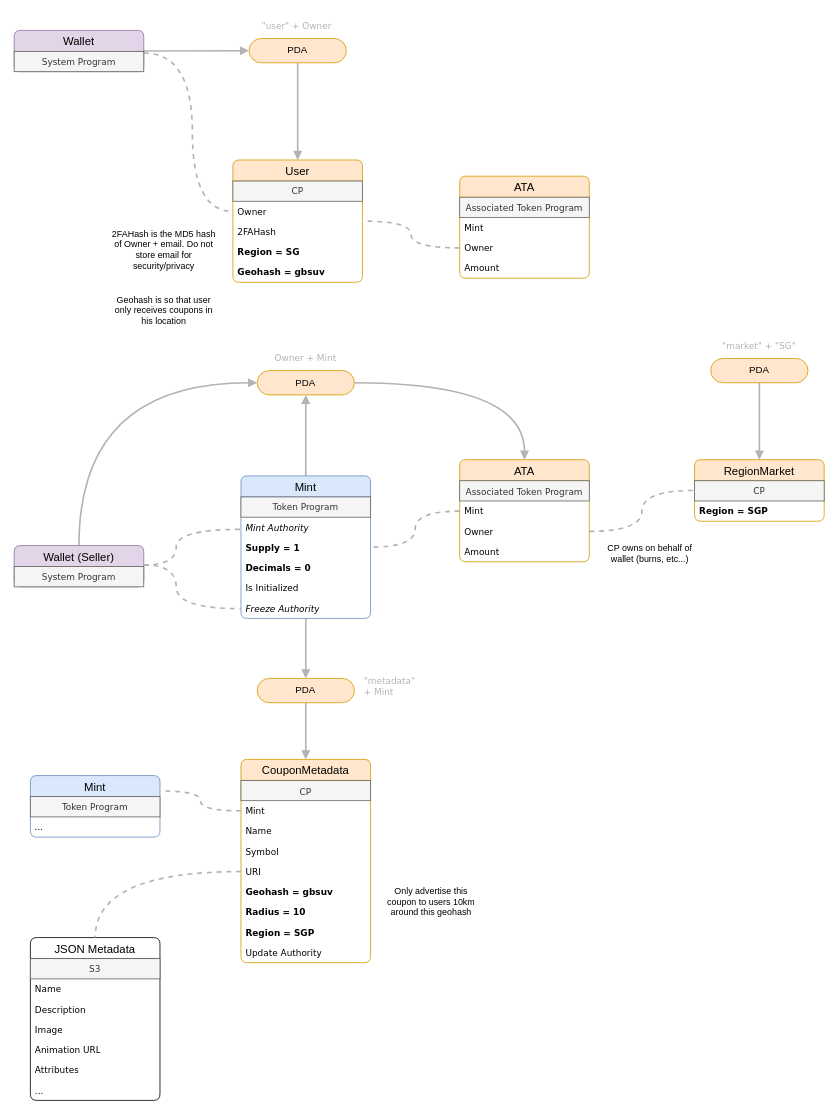
Earlier version of the draw.io diagram RFCs/accounts.drawio (HMXHIU/christmas). Source tidied: cells renumbered, new cells numbered last; positions are measured from the earlier drawing's top-left corner, leaving out a move shared by most shapes. Both pictures are drawn from the tidied source at 81%, with x=0, y=0 at pixel (14, 14).
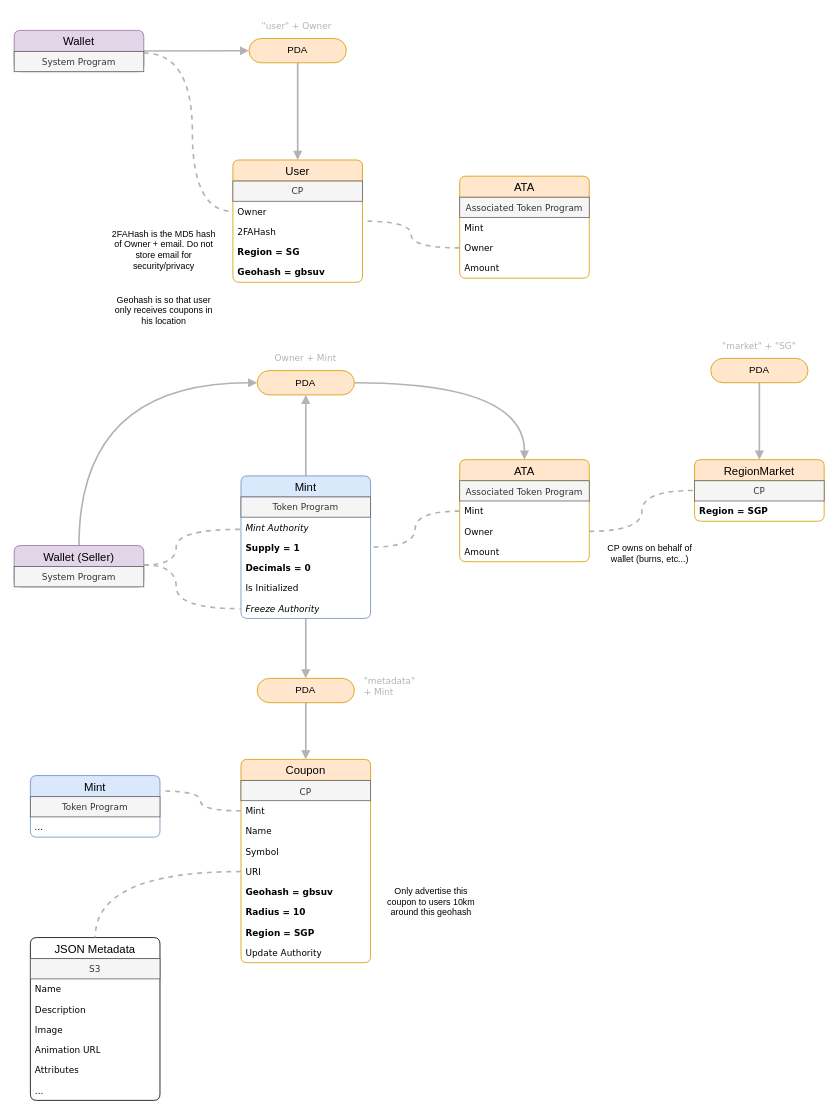
The same diagram, later.

What changed in the source:
```diff
@@
-    <mxCell id="48" value="CouponMetadata" style="swimlane;fontStyle=0;horizontal=1;startSize=26;align=center;fontSize=14;fillColor=#ffe6cc;strokeColor=#d79b00;arcSize=10;rounded=1;fontColor=#000000;" parent="1" vertex="1">
+    <mxCell id="48" value="Coupon" style="swimlane;fontStyle=0;horizontal=1;startSize=26;align=center;fontSize=14;fillColor=#ffe6cc;strokeColor=#d79b00;arcSize=10;rounded=1;fontColor=#000000;" parent="1" vertex="1">
       <mxGeometry x="280" y="920" width="160" height="251" as="geometry" />
     </mxCell>
```
